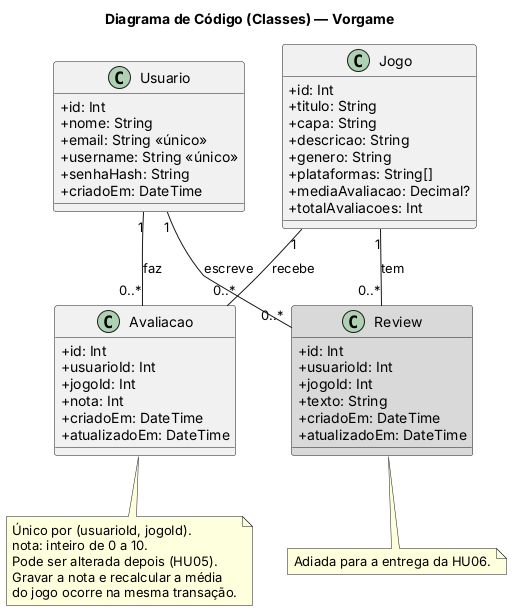
Before: docs/6. Diagrama de Código.png, a diagram exported from PlantUML (NoemyT/Vorgame).
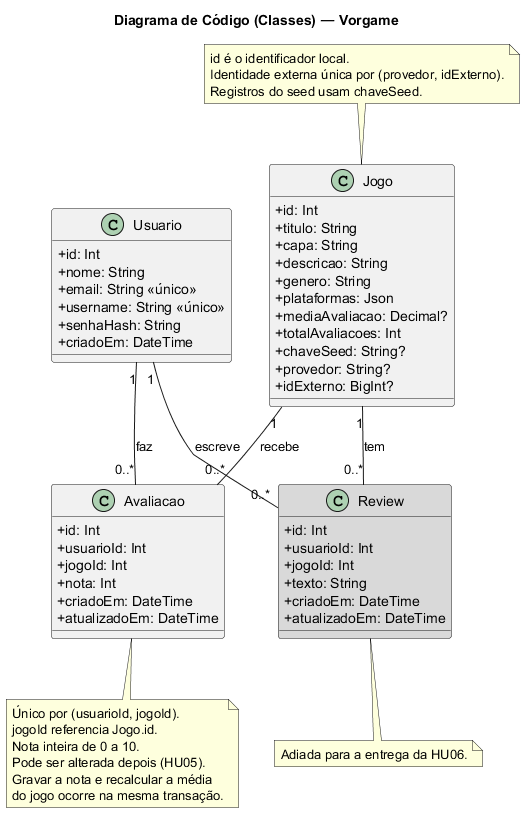
After the commit.

Diff of the diagram source:
```diff
@@ -19,9 +19,12 @@
   +capa: String
   +descricao: String
   +genero: String
-  +plataformas: String[]
+  +plataformas: Json
   +mediaAvaliacao: Decimal?
   +totalAvaliacoes: Int
+  +chaveSeed: String?
+  +provedor: String?
+  +idExterno: BigInt?
 }
 
 class Avaliacao {
@@ -47,9 +50,16 @@
 Usuario "1" -- "0..*" Review : escreve
 Jogo "1" -- "0..*" Review : tem
 
+note top of Jogo
+  id é o identificador local.
+  Identidade externa única por (provedor, idExterno).
+  Registros do seed usam chaveSeed.
+end note
+
 note bottom of Avaliacao
   Único por (usuarioId, jogoId).
-  nota: inteiro de 0 a 10.
+  jogoId referencia Jogo.id.
+  Nota inteira de 0 a 10.
   Pode ser alterada depois (HU05).
   Gravar a nota e recalcular a média
   do jogo ocorre na mesma transação.
```
